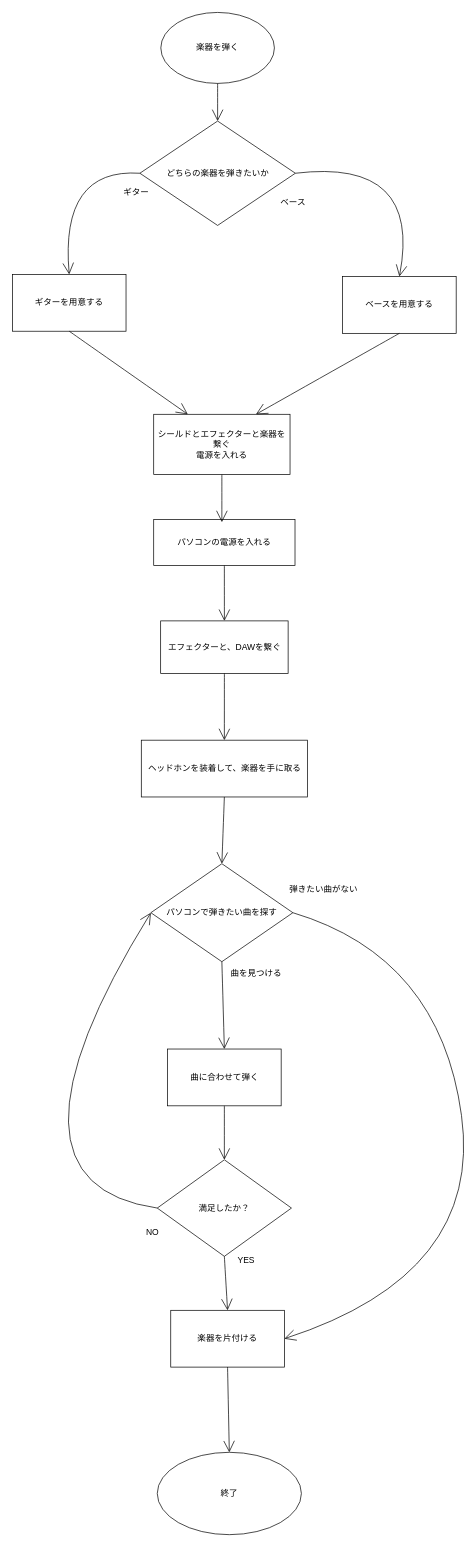
The draw.io diagram 趣味.drawio in TomokiMatsubuchi/achieve, before the edit. Source tidied: cells renumbered, new cells numbered last; positions are measured from the earlier drawing's top-left corner, leaving out a move shared by most shapes. Both pictures are drawn from the tidied source at 71%, with x=0, y=0 at pixel (-17, 12).
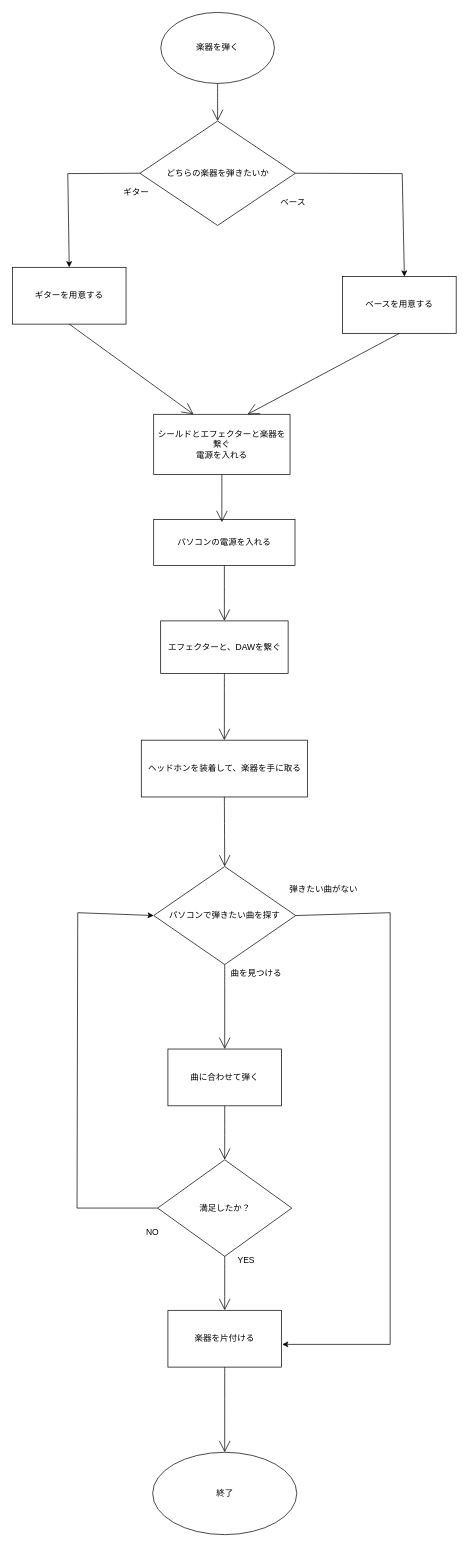
After the change.

Commit message:
趣味.drawio を更新します

The change refers to these unchanged cells:
```xml
<mxCell id="3" value="どちらの楽器を弾きたいか" style="rhombus;whiteSpace=wrap;html=1;hachureGap=4;" parent="1" vertex="1">
  <mxGeometry x="220.5" y="153" width="219" height="147" as="geometry" />
</mxCell>
<mxCell id="5" value="ベースを用意する" style="rounded=0;whiteSpace=wrap;html=1;hachureGap=4;" parent="1" vertex="1">
  <mxGeometry x="506" y="372" width="160" height="80" as="geometry" />
</mxCell>
<mxCell id="11" value="シールドとエフェクターと楽器を繋ぐ&lt;br&gt;電源を入れる" style="rounded=0;whiteSpace=wrap;html=1;hachureGap=4;" parent="1" vertex="1">
  <mxGeometry x="240" y="566" width="192" height="85" as="geometry" />
</mxCell>
```

The edit, as a diff of the source:
```diff
@@
     <mxCell id="4" value="ギターを用意する" style="rounded=0;whiteSpace=wrap;html=1;hachureGap=4;" parent="1" vertex="1">
-      <mxGeometry x="41" y="369" width="160" height="80" as="geometry" />
+      <mxGeometry x="41" y="359" width="160" height="80" as="geometry" />
     </mxCell>
@@
-    <mxCell id="7" style="edgeStyle=none;jettySize=auto;html=1;rounded=0;endArrow=open;startSize=14;endSize=14;sourcePerimeterSpacing=8;targetPerimeterSpacing=8;curved=1;exitX=0;exitY=0.5;exitDx=0;exitDy=0;entryX=0.5;entryY=0;entryDx=0;entryDy=0;" parent="1" edge="1" source="3" target="4">
-      <mxGeometry relative="1" as="geometry">
-        <Array as="points">
-          <mxPoint x="108" y="219" />
-        </Array>
-      </mxGeometry>
-    </mxCell>
-    <mxCell id="8" style="edgeStyle=none;jettySize=auto;html=1;rounded=0;endArrow=open;startSize=14;endSize=14;sourcePerimeterSpacing=8;targetPerimeterSpacing=8;curved=1;exitX=1;exitY=0.5;exitDx=0;exitDy=0;entryX=0.5;entryY=0;entryDx=0;entryDy=0;" parent="1" edge="1" source="3" target="5">
-      <mxGeometry relative="1" as="geometry">
-        <Array as="points">
-          <mxPoint x="618" y="205" />
-        </Array>
-      </mxGeometry>
-    </mxCell>
@@
-    <mxCell id="12" style="edgeStyle=none;jettySize=auto;html=1;rounded=0;endArrow=open;startSize=14;endSize=14;sourcePerimeterSpacing=8;targetPerimeterSpacing=8;curved=1;exitX=0.5;exitY=1;exitDx=0;exitDy=0;entryX=0.25;entryY=0;entryDx=0;entryDy=0;" parent="1" edge="1" source="4" target="11">
+    <mxCell id="12" style="edgeStyle=none;jettySize=auto;html=1;rounded=0;endArrow=open;startSize=14;endSize=14;sourcePerimeterSpacing=8;targetPerimeterSpacing=8;curved=1;exitX=0.5;exitY=1;exitDx=0;exitDy=0;entryX=0.292;entryY=0;entryDx=0;entryDy=0;entryPerimeter=0;" parent="1" edge="1" source="4" target="11">
       <mxGeometry relative="1" as="geometry" />
     </mxCell>
-    <mxCell id="13" style="edgeStyle=none;jettySize=auto;html=1;rounded=0;endArrow=open;startSize=14;endSize=14;sourcePerimeterSpacing=8;targetPerimeterSpacing=8;curved=1;exitX=0.5;exitY=1;exitDx=0;exitDy=0;entryX=0.75;entryY=0;entryDx=0;entryDy=0;" parent="1" edge="1" source="5" target="11">
+    <mxCell id="13" style="edgeStyle=none;jettySize=auto;html=1;rounded=0;endArrow=open;startSize=14;endSize=14;sourcePerimeterSpacing=8;targetPerimeterSpacing=8;curved=1;exitX=0.5;exitY=1;exitDx=0;exitDy=0;entryX=0.688;entryY=0;entryDx=0;entryDy=0;entryPerimeter=0;" parent="1" edge="1" source="5" target="11">
       <mxGeometry relative="1" as="geometry" />
     </mxCell>
@@
     <mxCell id="20" value="パソコンで弾きたい曲を探す" style="rhombus;whiteSpace=wrap;html=1;hachureGap=4;" parent="1" vertex="1">
-      <mxGeometry x="236" y="1199" width="200" height="138" as="geometry" />
+      <mxGeometry x="240" y="1203" width="200" height="138" as="geometry" />
     </mxCell>
     <mxCell id="21" value="曲に合わせて弾く" style="rounded=0;whiteSpace=wrap;html=1;hachureGap=4;" parent="1" vertex="1">
-      <mxGeometry x="259.5" y="1460" width="160" height="80" as="geometry" />
+      <mxGeometry x="260" y="1460" width="160" height="80" as="geometry" />
     </mxCell>
@@
     <mxCell id="24" value="満足したか？" style="rhombus;whiteSpace=wrap;html=1;hachureGap=4;" parent="1" vertex="1">
-      <mxGeometry x="245" y="1616" width="189" height="136" as="geometry" />
+      <mxGeometry x="245.5" y="1616" width="189" height="136" as="geometry" />
     </mxCell>
@@
-    <mxCell id="26" style="edgeStyle=none;jettySize=auto;html=1;rounded=0;endArrow=open;startSize=14;endSize=14;sourcePerimeterSpacing=8;targetPerimeterSpacing=8;curved=1;entryX=0;entryY=0.5;entryDx=0;entryDy=0;exitX=0;exitY=0.5;exitDx=0;exitDy=0;" parent="1" edge="1" source="24" target="20">
-      <mxGeometry relative="1" as="geometry">
-        <Array as="points">
-          <mxPoint y="1649" />
-        </Array>
-      </mxGeometry>
-    </mxCell>
@@
     <mxCell id="29" value="楽器を片付ける" style="rounded=0;whiteSpace=wrap;html=1;hachureGap=4;" parent="1" vertex="1">
-      <mxGeometry x="264" y="1828" width="160" height="80" as="geometry" />
+      <mxGeometry x="260" y="1828" width="160" height="80" as="geometry" />
     </mxCell>
@@
-    <mxCell id="32" style="edgeStyle=none;jettySize=auto;html=1;rounded=0;endArrow=open;startSize=14;endSize=14;sourcePerimeterSpacing=8;targetPerimeterSpacing=8;curved=1;exitX=1;exitY=0.5;exitDx=0;exitDy=0;entryX=1;entryY=0.5;entryDx=0;entryDy=0;" parent="1" edge="1" source="20" target="29">
-      <mxGeometry relative="1" as="geometry">
-        <Array as="points">
-          <mxPoint x="643" y="1330" />
-          <mxPoint x="704" y="1777" />
-        </Array>
-      </mxGeometry>
-    </mxCell>
@@
     <mxCell id="34" value="終了" style="ellipse;whiteSpace=wrap;html=1;hachureGap=4;" parent="1" vertex="1">
-      <mxGeometry x="245" y="2028" width="203" height="116" as="geometry" />
+      <mxGeometry x="238.5" y="2028" width="203" height="116" as="geometry" />
     </mxCell>
@@
+    <mxCell id="7" style="endArrow=classic;html=1;rounded=0;exitX=0;exitY=0.5;exitDx=0;exitDy=0;entryX=0.5;entryY=0;entryDx=0;entryDy=0;" parent="1" edge="1" source="3" target="4">
+      <mxGeometry relative="1" as="geometry">
+        <Array as="points">
+          <mxPoint x="119" y="227" />
+        </Array>
+      </mxGeometry>
+    </mxCell>
+    <mxCell id="8" style="endArrow=classic;html=1;rounded=0;exitX=1;exitY=0.5;exitDx=0;exitDy=0;entryX=0.544;entryY=0;entryDx=0;entryDy=0;entryPerimeter=0;" parent="1" edge="1" source="3" target="5">
+      <mxGeometry relative="1" as="geometry">
+        <Array as="points">
+          <mxPoint x="590" y="227" />
+        </Array>
+      </mxGeometry>
+    </mxCell>
+    <mxCell id="26" style="endArrow=classic;html=1;rounded=0;exitX=0;exitY=0.5;exitDx=0;exitDy=0;entryX=0;entryY=0.5;entryDx=0;entryDy=0;" parent="1" edge="1" source="24" target="20">
+      <mxGeometry relative="1" as="geometry">
+        <Array as="points">
+          <mxPoint x="132" y="1684" />
+          <mxPoint x="133" y="1268" />
+        </Array>
+      </mxGeometry>
+    </mxCell>
+    <mxCell id="32" style="endArrow=classic;html=1;rounded=0;exitX=1;exitY=0.5;exitDx=0;exitDy=0;entryX=1.006;entryY=0.6;entryDx=0;entryDy=0;entryPerimeter=0;" parent="1" edge="1" source="20" target="29">
+      <mxGeometry relative="1" as="geometry">
+        <Array as="points">
+          <mxPoint x="573" y="1268" />
+          <mxPoint x="573" y="1876" />
+        </Array>
+      </mxGeometry>
+    </mxCell>
```
